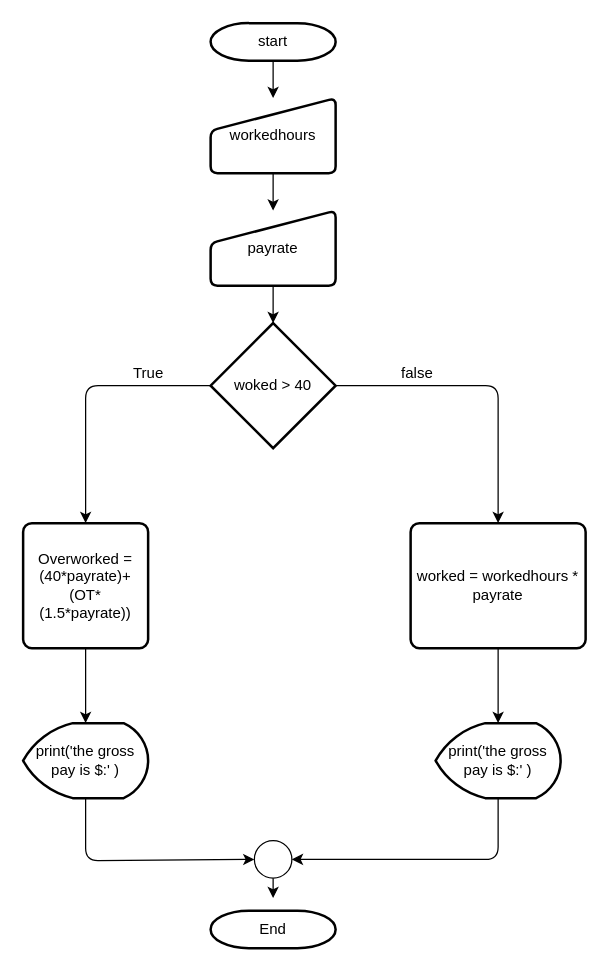
Earlier version of the draw.io diagram L02/Ex-2.drawio (Thanormsaksudsee/INET-Python). Source tidied: cells renumbered, new cells numbered last; positions are measured from the earlier drawing's top-left corner, leaving out a move shared by most shapes. Both pictures are drawn from the tidied source at 125%, with x=0, y=0 at pixel (22, 22).
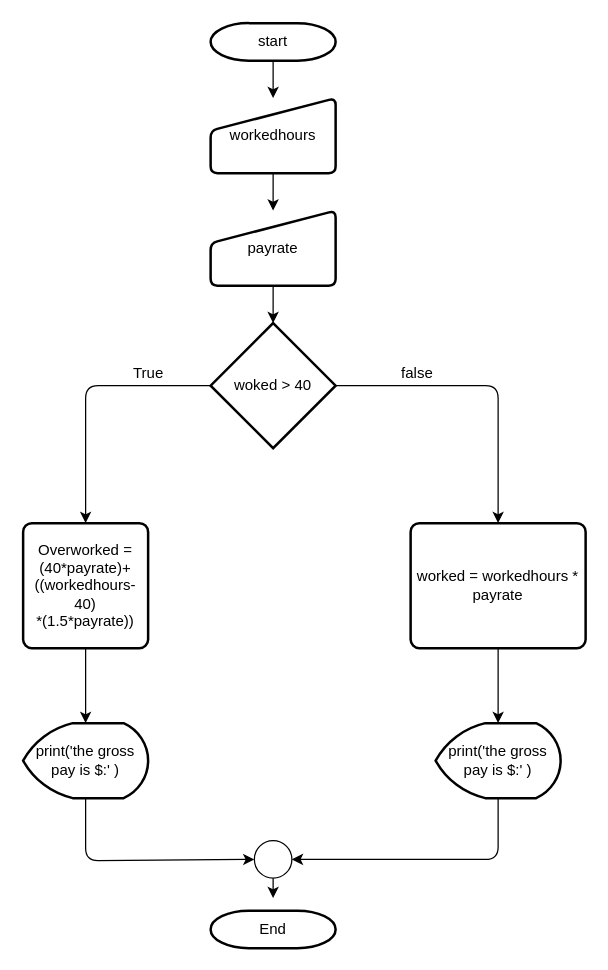
Above is the later version.

Diff of the diagram source:
```diff
@@
-    <mxCell id="14" value="Overworked = (40*payrate)+(OT*(1.5*payrate))" style="rounded=1;whiteSpace=wrap;html=1;absoluteArcSize=1;arcSize=14;strokeWidth=2;" parent="1" vertex="1">
+    <mxCell id="14" value="Overworked = (40*payrate)+((workedhours-40)&lt;br&gt;*(1.5*payrate))" style="rounded=1;whiteSpace=wrap;html=1;absoluteArcSize=1;arcSize=14;strokeWidth=2;" parent="1" vertex="1">
       <mxGeometry y="400" width="100" height="100" as="geometry" />
     </mxCell>
```
